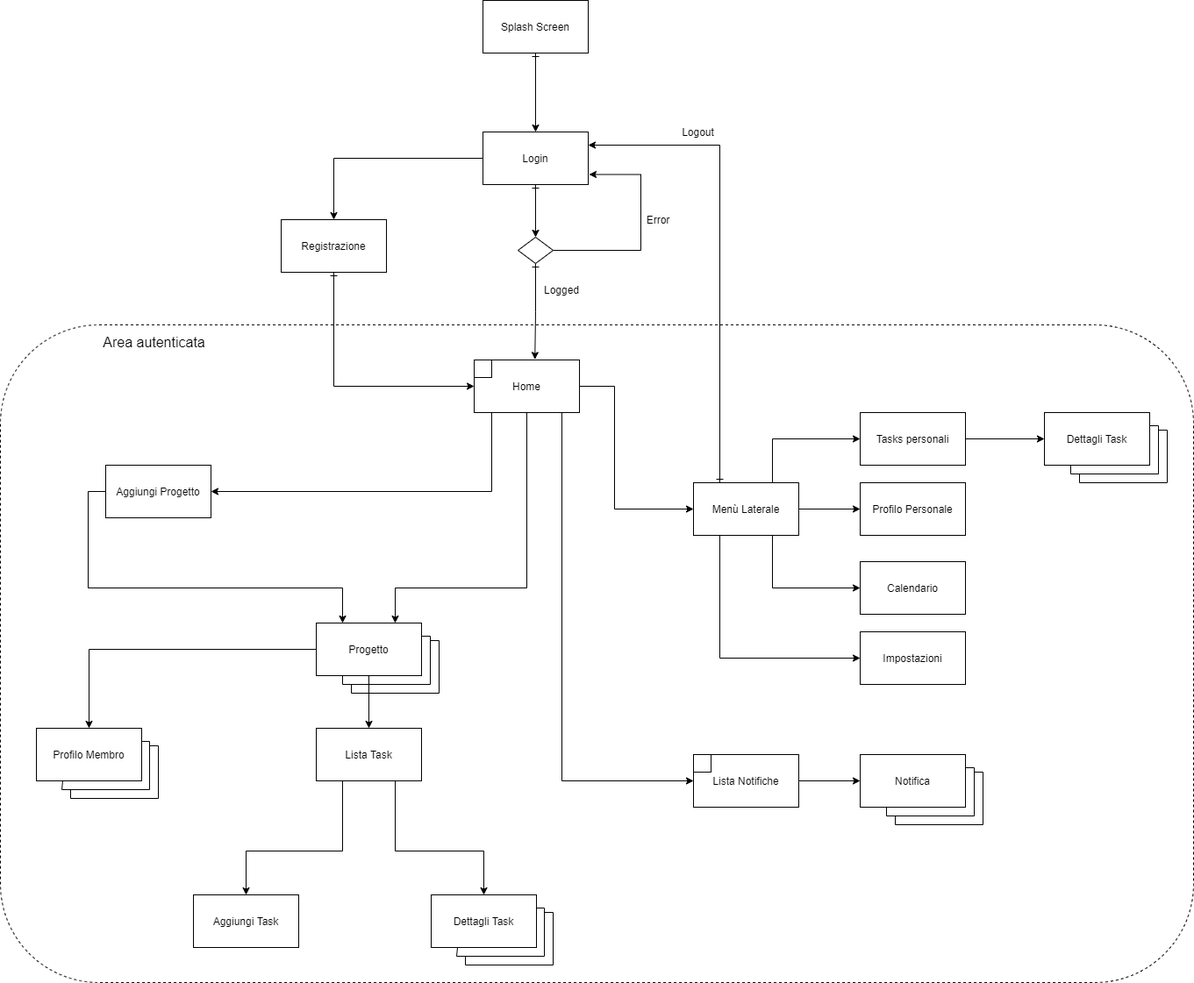
SelVer99/BeeWork keeps this draw.io diagram as Documentazione/Diagrammi/Diagrammi .png/BeeWork-Nav_model.png. Above is the earlier version. Source tidied: cells renumbered, new cells last; positions are measured from the earlier drawing's top-left corner, leaving out a move shared by most shapes.
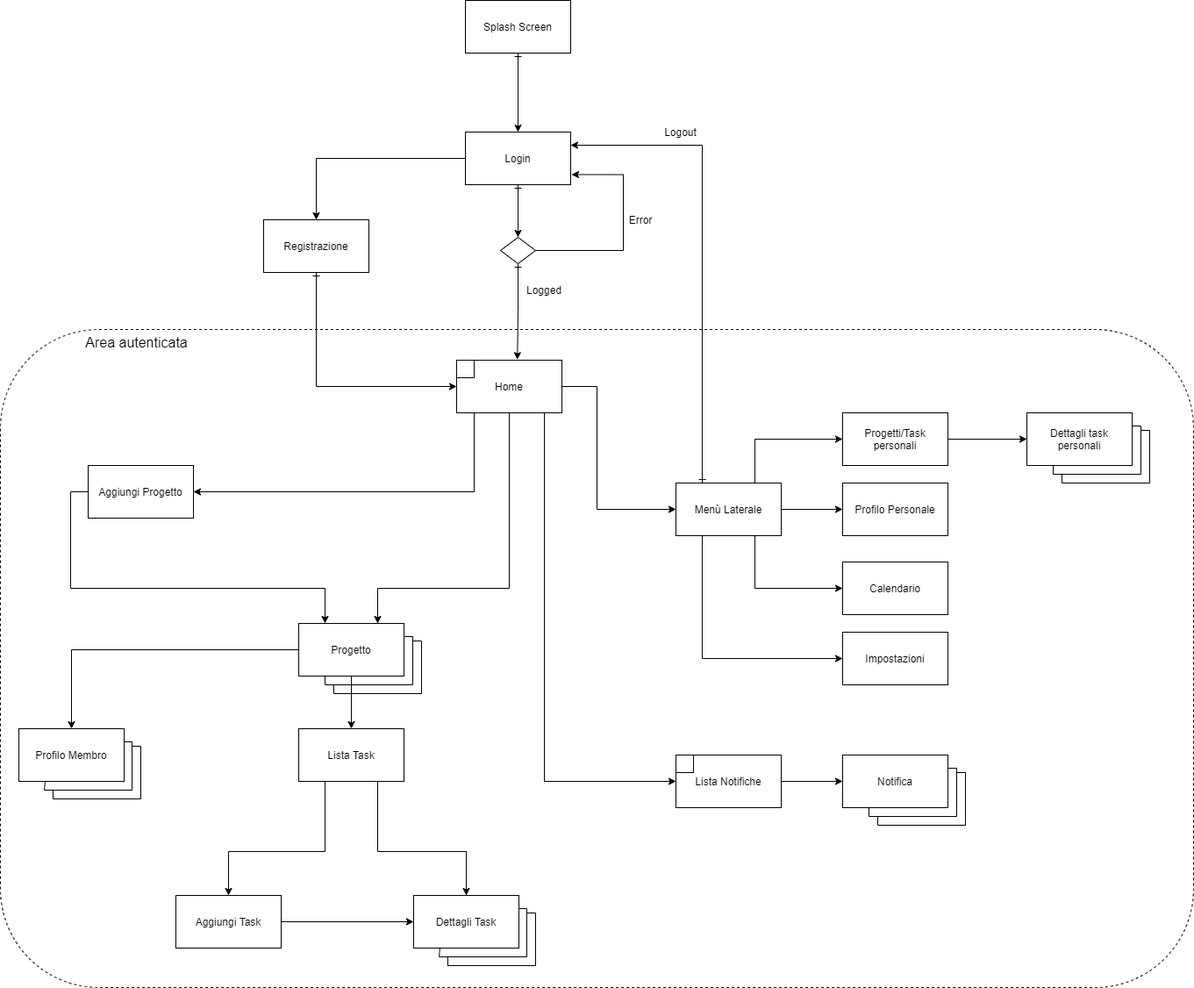
After the change.

Change to the diagram source:
```diff
@@ -116,7 +116,7 @@
     <mxCell id="25" style="edgeStyle=orthogonalEdgeStyle;rounded=0;jettySize=auto;html=1;entryX=0;entryY=0.5;entryDx=0;entryDy=0;startArrow=none;startFill=0;" parent="1" edge="1" source="26" target="31">
       <mxGeometry relative="1" as="geometry" />
     </mxCell>
-    <mxCell id="26" value="Tasks personali" style="rounded=0;whiteSpace=wrap;html=1;" parent="1" vertex="1">
+    <mxCell id="26" value="Progetti/Task personali" style="rounded=0;whiteSpace=wrap;html=1;" parent="1" vertex="1">
       <mxGeometry x="980" y="470" width="120" height="60" as="geometry" />
     </mxCell>
     <mxCell id="27" style="group;" parent="1" vertex="1">
@@ -139,7 +139,7 @@
     <mxCell id="30" style="group;" parent="28" vertex="1">
       <mxGeometry width="120" height="60" as="geometry" />
     </mxCell>
-    <mxCell id="31" value="Dettagli Task" style="rounded=0;whiteSpace=wrap;html=1;" parent="30" vertex="1">
+    <mxCell id="31" value="Dettagli task personali" style="rounded=0;whiteSpace=wrap;html=1;" parent="30" vertex="1">
       <mxGeometry width="120" height="60" as="geometry" />
     </mxCell>
     <mxCell id="32" style="edgeStyle=orthogonalEdgeStyle;rounded=0;orthogonalLoop=1;jettySize=auto;html=1;exitX=1;exitY=0.25;exitDx=0;exitDy=0;entryX=0.25;entryY=1;entryDx=0;entryDy=0;endArrow=none;endFill=0;" parent="30" edge="1" source="31" target="31">
@@ -228,6 +228,9 @@
     <mxCell id="46" value="Aggiungi Progetto" style="rounded=0;whiteSpace=wrap;html=1;" parent="1" vertex="1">
       <mxGeometry x="120" y="530" width="120" height="60" as="geometry" />
     </mxCell>
+    <mxCell id="75" style="edgeStyle=orthogonalEdgeStyle;rounded=0;jettySize=auto;html=1;exitX=1;exitY=0.5;exitDx=0;exitDy=0;entryX=0;entryY=0.5;entryDx=0;entryDy=0;" parent="1" edge="1" source="47" target="53">
+      <mxGeometry relative="1" as="geometry" />
+    </mxCell>
     <mxCell id="47" value="Aggiungi Task" style="rounded=0;whiteSpace=wrap;html=1;" parent="1" vertex="1">
       <mxGeometry x="220" y="1020" width="120" height="60" as="geometry" />
     </mxCell>
@@ -313,7 +316,7 @@
       <mxGeometry x="320" y="250" width="120" height="60" as="geometry" />
     </mxCell>
     <mxCell id="67" style="rounded=1;whiteSpace=wrap;html=1;fillColor=none;dashed=1;" parent="1" vertex="1">
-      <mxGeometry y="370" width="1360" height="750" as="geometry" />
+      <mxGeometry x="20" y="375" width="1360" height="750" as="geometry" />
     </mxCell>
     <mxCell id="68" value="&lt;font style=&quot;font-size: 16px&quot;&gt;Area autenticata&lt;/font&gt;" style="text;html=1;align=center;verticalAlign=middle;" parent="1" vertex="1">
       <mxGeometry x="110" y="380" width="130" height="20" as="geometry" />
```
